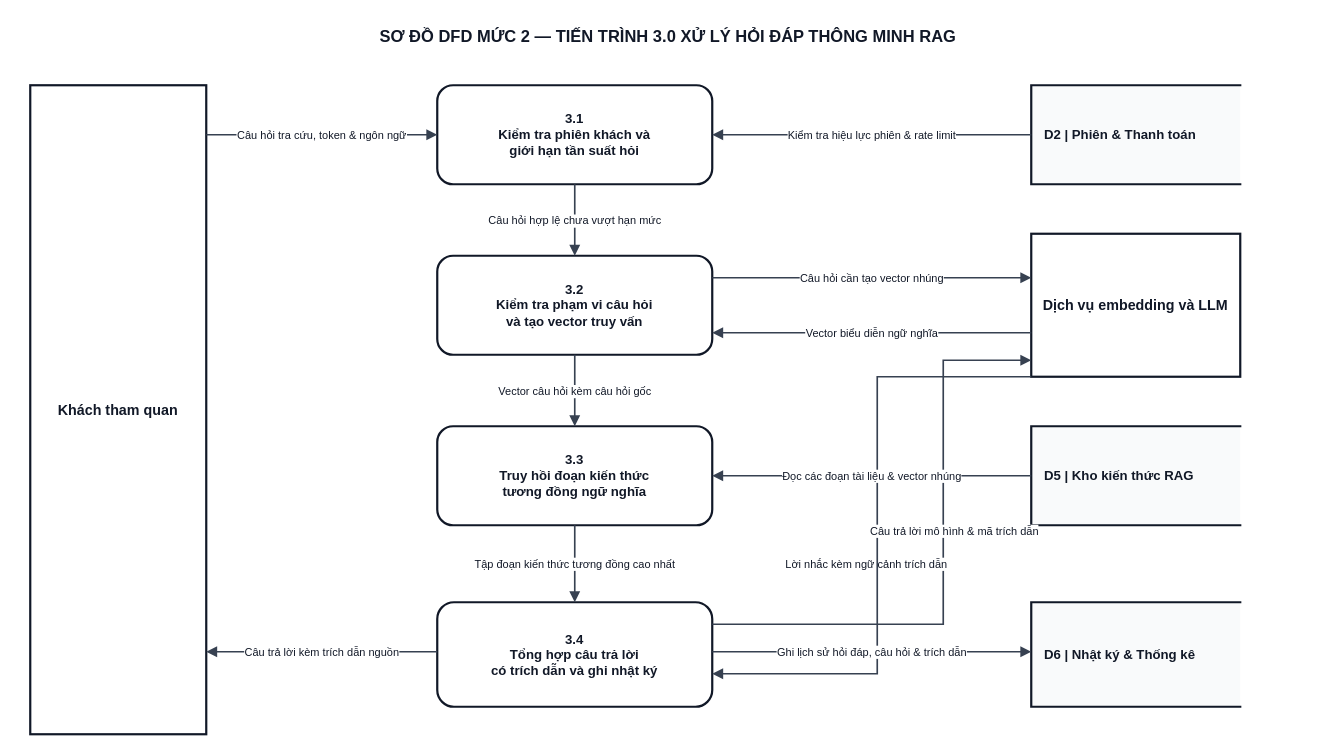
Above: docs/diagram/dfd/DFD_Level_2_P3_Chatbot_RAG.drawio in Kazuken123/prj_sgu26_cnpm (draw.io), before the change. Source tidied: cells renumbered, new cells numbered last; positions are measured from the earlier drawing's top-left corner, leaving out a move shared by most shapes. Both pictures are drawn from the tidied source at 110%, with x=0, y=0 at pixel (19, 19).
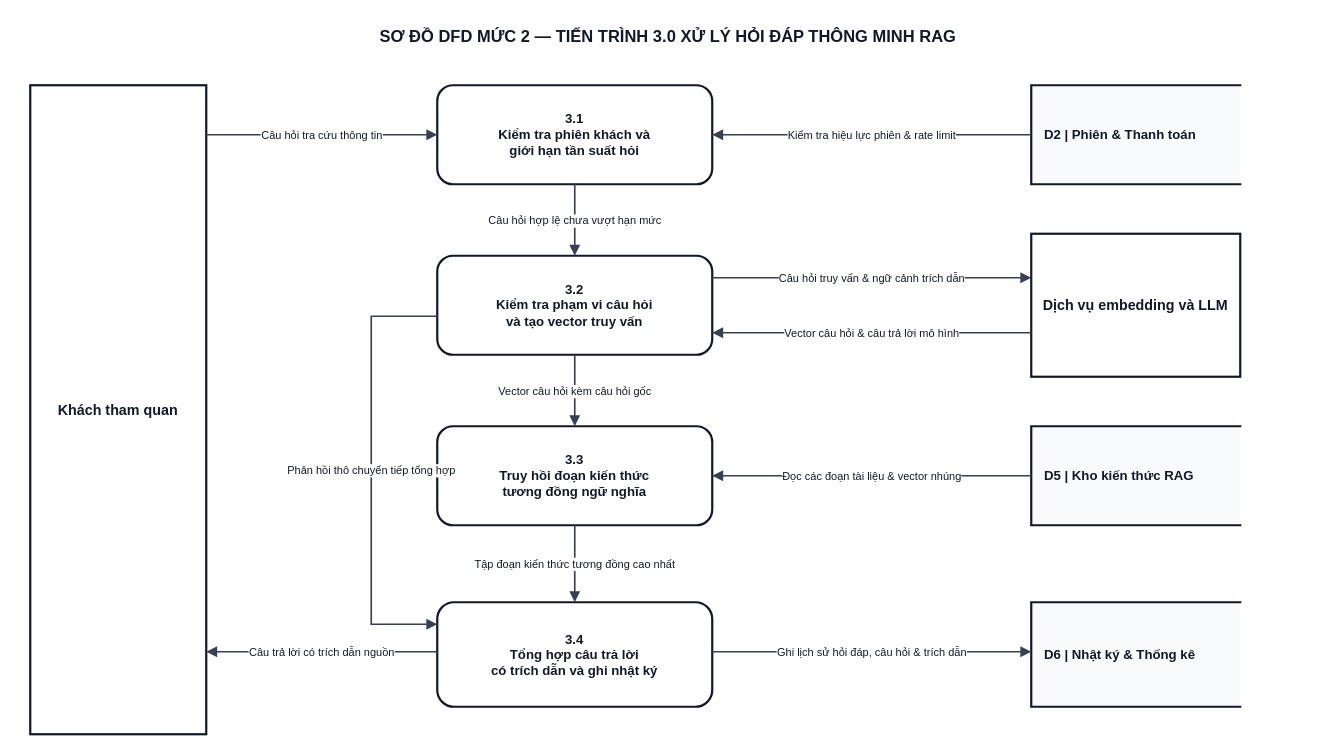
After the change.

Unchanged cells that the change refers to:
```xml
<mxCell id="3" value="Khách tham quan" style="rounded=0;whiteSpace=wrap;html=1;fillColor=#FFFFFF;strokeColor=#111827;strokeWidth=2;fontFamily=Arial;fontSize=13;fontStyle=1;fontColor=#111827;align=center;" parent="1" vertex="1">
  <mxGeometry x="10" y="60" width="160" height="590" as="geometry" />
</mxCell>
<mxCell id="4" value="&lt;b&gt;3.1&lt;/b&gt;&lt;br/&gt;Kiểm tra phiên khách và&lt;br/&gt;giới hạn tần suất hỏi" style="rounded=1;arcSize=16;whiteSpace=wrap;html=1;fillColor=#FFFFFF;strokeColor=#111827;strokeWidth=2;fontFamily=Arial;fontSize=12;fontStyle=1;fontColor=#111827;align=center;" parent="1" vertex="1">
  <mxGeometry x="380" y="60" width="250" height="90" as="geometry" />
</mxCell>
<mxCell id="5" value="&lt;b&gt;3.2&lt;/b&gt;&lt;br/&gt;Kiểm tra phạm vi câu hỏi&lt;br/&gt;và tạo vector truy vấn" style="rounded=1;arcSize=16;whiteSpace=wrap;html=1;fillColor=#FFFFFF;strokeColor=#111827;strokeWidth=2;fontFamily=Arial;fontSize=12;fontStyle=1;fontColor=#111827;align=center;" parent="1" vertex="1">
  <mxGeometry x="380" y="215" width="250" height="90" as="geometry" />
</mxCell>
<mxCell id="7" value="&lt;b&gt;3.4&lt;/b&gt;&lt;br/&gt;Tổng hợp câu trả lời&lt;br/&gt;có trích dẫn và ghi nhật ký" style="rounded=1;arcSize=16;whiteSpace=wrap;html=1;fillColor=#FFFFFF;strokeColor=#111827;strokeWidth=2;fontFamily=Arial;fontSize=12;fontStyle=1;fontColor=#111827;align=center;" parent="1" vertex="1">
  <mxGeometry x="380" y="530" width="250" height="95" as="geometry" />
</mxCell>
<mxCell id="9" value="Dịch vụ embedding và LLM" style="rounded=0;whiteSpace=wrap;html=1;fillColor=#FFFFFF;strokeColor=#111827;strokeWidth=2;fontFamily=Arial;fontSize=13;fontStyle=1;fontColor=#111827;align=center;" parent="1" vertex="1">
  <mxGeometry x="920" y="195" width="190" height="130" as="geometry" />
</mxCell>
```

Change to the diagram source:
```diff
@@
-    <mxCell id="12" value="Câu hỏi tra cứu, token &amp; ngôn ngữ" style="edgeStyle=orthogonalEdgeStyle;rounded=0;jettySize=auto;html=1;strokeColor=#374151;strokeWidth=1.5;endArrow=block;endFill=1;fontFamily=Arial;fontSize=10;fontColor=#111827;labelBackgroundColor=#FFFFFF;spacing=2;exitX=1.0000;exitY=0.0763;exitDx=0;exitDy=0;entryX=0.0000;entryY=0.5000;entryDx=0;entryDy=0;" parent="1" edge="1" source="3" target="4">
+    <mxCell id="12" value="Câu hỏi tra cứu thông tin" style="edgeStyle=orthogonalEdgeStyle;rounded=0;jettySize=auto;html=1;strokeColor=#374151;strokeWidth=1.5;endArrow=block;endFill=1;fontFamily=Arial;fontSize=10;fontColor=#111827;labelBackgroundColor=#FFFFFF;spacing=2;exitX=1.0000;exitY=0.0763;exitDx=0;exitDy=0;entryX=0.0000;entryY=0.5000;entryDx=0;entryDy=0;" parent="1" edge="1" source="3" target="4">
       <mxGeometry relative="1" as="geometry" />
     </mxCell>
-    <mxCell id="13" value="Câu trả lời kèm trích dẫn nguồn" style="edgeStyle=orthogonalEdgeStyle;rounded=0;jettySize=auto;html=1;strokeColor=#374151;strokeWidth=1.5;endArrow=block;endFill=1;fontFamily=Arial;fontSize=10;fontColor=#111827;labelBackgroundColor=#FFFFFF;spacing=2;exitX=0.0000;exitY=0.4737;exitDx=0;exitDy=0;entryX=1.0000;entryY=0.8729;entryDx=0;entryDy=0;" parent="1" edge="1" source="7" target="3">
+    <mxCell id="13" value="Câu trả lời có trích dẫn nguồn" style="edgeStyle=orthogonalEdgeStyle;rounded=0;jettySize=auto;html=1;strokeColor=#374151;strokeWidth=1.5;endArrow=block;endFill=1;fontFamily=Arial;fontSize=10;fontColor=#111827;labelBackgroundColor=#FFFFFF;spacing=2;exitX=0.0000;exitY=0.4737;exitDx=0;exitDy=0;entryX=1.0000;entryY=0.8729;entryDx=0;entryDy=0;" parent="1" edge="1" source="7" target="3">
       <mxGeometry relative="1" as="geometry" />
     </mxCell>
-    <mxCell id="14" value="Câu hỏi cần tạo vector nhúng" style="edgeStyle=orthogonalEdgeStyle;rounded=0;jettySize=auto;html=1;strokeColor=#374151;strokeWidth=1.5;endArrow=block;endFill=1;fontFamily=Arial;fontSize=10;fontColor=#111827;labelBackgroundColor=#FFFFFF;spacing=2;exitX=1.0000;exitY=0.2222;exitDx=0;exitDy=0;entryX=0.0000;entryY=0.3077;entryDx=0;entryDy=0;" parent="1" edge="1" source="5" target="9">
+    <mxCell id="14" value="Câu hỏi truy vấn &amp; ngữ cảnh trích dẫn" style="edgeStyle=orthogonalEdgeStyle;rounded=0;jettySize=auto;html=1;strokeColor=#374151;strokeWidth=1.5;endArrow=block;endFill=1;fontFamily=Arial;fontSize=10;fontColor=#111827;labelBackgroundColor=#FFFFFF;spacing=2;exitX=1.0000;exitY=0.2222;exitDx=0;exitDy=0;entryX=0.0000;entryY=0.3077;entryDx=0;entryDy=0;" parent="1" edge="1" source="5" target="9">
       <mxGeometry relative="1" as="geometry" />
     </mxCell>
-    <mxCell id="15" value="Vector biểu diễn ngữ nghĩa" style="edgeStyle=orthogonalEdgeStyle;rounded=0;jettySize=auto;html=1;strokeColor=#374151;strokeWidth=1.5;endArrow=block;endFill=1;fontFamily=Arial;fontSize=10;fontColor=#111827;labelBackgroundColor=#FFFFFF;spacing=2;exitX=0.0000;exitY=0.6923;exitDx=0;exitDy=0;entryX=1.0000;entryY=0.7778;entryDx=0;entryDy=0;" parent="1" edge="1" source="9" target="5">
+    <mxCell id="15" value="Vector câu hỏi &amp; câu trả lời mô hình" style="edgeStyle=orthogonalEdgeStyle;rounded=0;jettySize=auto;html=1;strokeColor=#374151;strokeWidth=1.5;endArrow=block;endFill=1;fontFamily=Arial;fontSize=10;fontColor=#111827;labelBackgroundColor=#FFFFFF;spacing=2;exitX=0.0000;exitY=0.6923;exitDx=0;exitDy=0;entryX=1.0000;entryY=0.7778;entryDx=0;entryDy=0;" parent="1" edge="1" source="9" target="5">
       <mxGeometry relative="1" as="geometry" />
     </mxCell>
-    <mxCell id="16" value="Lời nhắc kèm ngữ cảnh trích dẫn" style="edgeStyle=orthogonalEdgeStyle;rounded=0;jettySize=auto;html=1;strokeColor=#374151;strokeWidth=1.5;endArrow=block;endFill=1;fontFamily=Arial;fontSize=10;fontColor=#111827;labelBackgroundColor=#FFFFFF;spacing=2;exitX=1.0000;exitY=0.2105;exitDx=0;exitDy=0;entryX=0.0000;entryY=0.8846;entryDx=0;entryDy=0;" parent="1" edge="1" source="7" target="9">
-      <mxGeometry relative="1" as="geometry">
-        <Array as="points">
-          <mxPoint x="630" y="550" />
-          <mxPoint x="840" y="550" />
-          <mxPoint x="840" y="310" />
-          <mxPoint x="920" y="310" />
-        </Array>
-        <mxPoint x="-70" as="offset" />
-      </mxGeometry>
-    </mxCell>
-    <mxCell id="17" value="Câu trả lời mô hình &amp; mã trích dẫn" style="edgeStyle=orthogonalEdgeStyle;rounded=0;jettySize=auto;html=1;strokeColor=#374151;strokeWidth=1.5;endArrow=block;endFill=1;fontFamily=Arial;fontSize=10;fontColor=#111827;labelBackgroundColor=#FFFFFF;spacing=2;exitX=0.0000;exitY=1.0000;exitDx=0;exitDy=0;entryX=1.0000;entryY=0.6842;entryDx=0;entryDy=0;" parent="1" edge="1" source="9" target="7">
-      <mxGeometry relative="1" as="geometry">
-        <Array as="points">
-          <mxPoint x="920" y="325" />
-          <mxPoint x="780" y="325" />
-          <mxPoint x="780" y="595" />
-          <mxPoint x="630" y="595" />
-        </Array>
-        <mxPoint x="70" as="offset" />
-      </mxGeometry>
-    </mxCell>
@@
+    <mxCell id="24" value="Phản hồi thô chuyển tiếp tổng hợp" style="edgeStyle=orthogonalEdgeStyle;rounded=0;jettySize=auto;html=1;strokeColor=#374151;strokeWidth=1.5;endArrow=block;endFill=1;fontFamily=Arial;fontSize=10;fontColor=#111827;labelBackgroundColor=#FFFFFF;spacing=2;exitX=0.0000;exitY=0.6111;exitDx=0;exitDy=0;entryX=0.0000;entryY=0.2105;entryDx=0;entryDy=0;" parent="1" edge="1" source="5" target="7">
+      <mxGeometry relative="1" as="geometry">
+        <Array as="points">
+          <mxPoint x="380" y="270" />
+          <mxPoint x="320" y="270" />
+          <mxPoint x="320" y="550" />
+          <mxPoint x="380" y="550" />
+        </Array>
+      </mxGeometry>
+    </mxCell>
```
